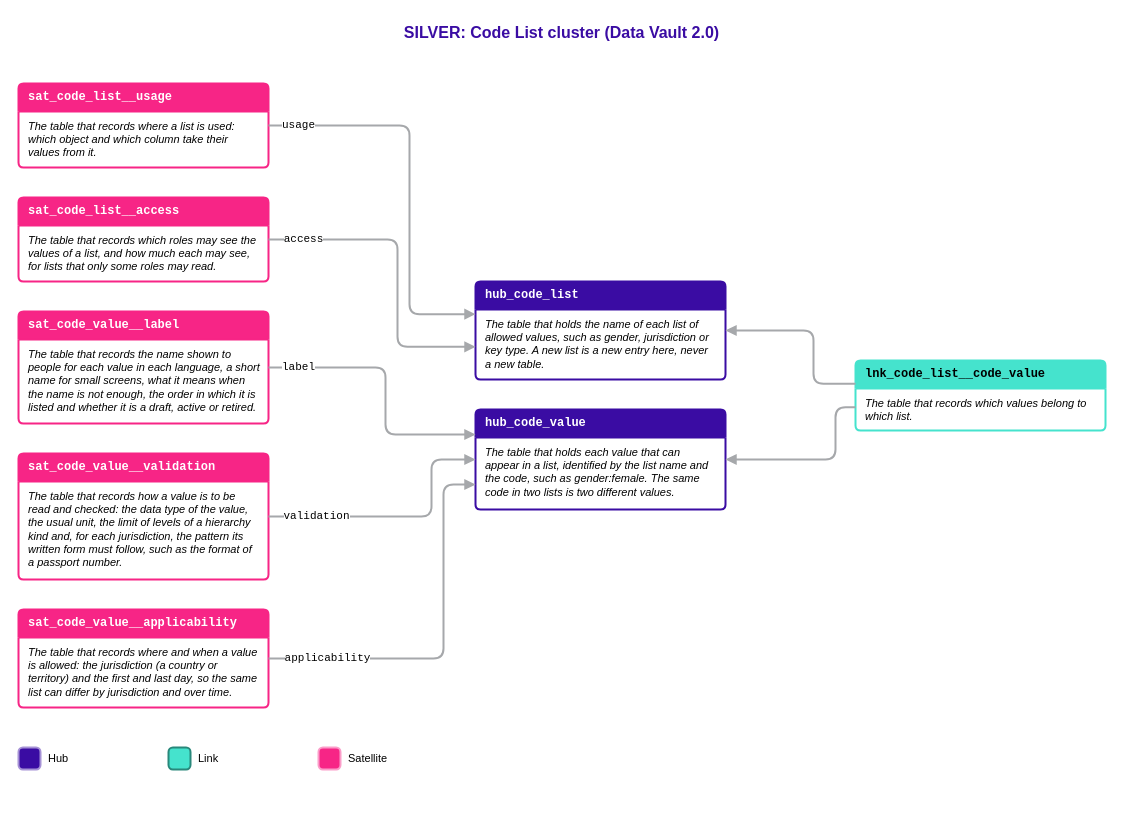
Above: Rosetta/Business_Objects/drawio/Diagrams_Code_List_Simplified.drawio in luisruizML/documents (draw.io), before the change. Source tidied: cells renumbered, new cells numbered last; positions are measured from the earlier drawing's top-left corner, leaving out a move shared by most shapes. Both pictures are drawn from the tidied source at 100%, with x=0, y=0 at pixel (18, 17).
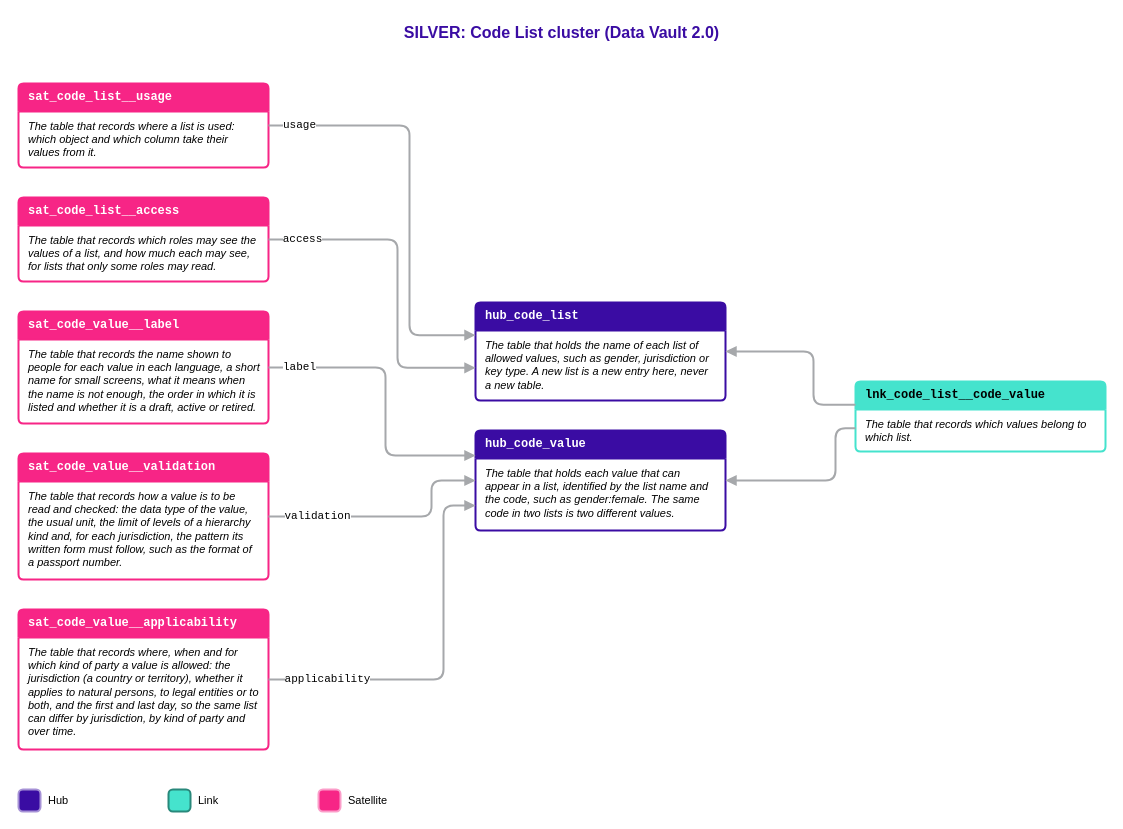
Above is the later version.

Commit message (it also covers changes not shown here):
feat(rosetta): Code List values can be limited to a kind of party (party_type_code in sat_code_value__applicability); Location roles use it; Lucid pictures and Confluence refreshed

Unchanged cells that the change refers to:
```xml
<mxCell id="9" value="sat_code_value__label" style="swimlane;html=1;whiteSpace=wrap;rounded=1;arcSize=6;startSize=28;fillColor=#F72586;swimlaneFillColor=#FFFFFF;strokeColor=#F72586;strokeWidth=2;fontFamily=Courier New;fontSize=12;fontStyle=1;fontColor=#FFFFFF;align=left;spacingLeft=8;" parent="1" vertex="1">
  <mxGeometry y="294" width="250" height="112" as="geometry" />
</mxCell>
<mxCell id="11" value="sat_code_value__validation" style="swimlane;html=1;whiteSpace=wrap;rounded=1;arcSize=6;startSize=28;fillColor=#F72586;swimlaneFillColor=#FFFFFF;strokeColor=#F72586;strokeWidth=2;fontFamily=Courier New;fontSize=12;fontStyle=1;fontColor=#FFFFFF;align=left;spacingLeft=8;" parent="1" vertex="1">
  <mxGeometry y="436" width="250" height="126" as="geometry" />
</mxCell>
<mxCell id="15" value="sat_code_list__usage" style="swimlane;html=1;whiteSpace=wrap;rounded=1;arcSize=6;startSize=28;fillColor=#F72586;swimlaneFillColor=#FFFFFF;strokeColor=#F72586;strokeWidth=2;fontFamily=Courier New;fontSize=12;fontStyle=1;fontColor=#FFFFFF;align=left;spacingLeft=8;" parent="1" vertex="1">
  <mxGeometry y="66" width="250" height="84" as="geometry" />
</mxCell>
<mxCell id="17" value="sat_code_list__access" style="swimlane;html=1;whiteSpace=wrap;rounded=1;arcSize=6;startSize=28;fillColor=#F72586;swimlaneFillColor=#FFFFFF;strokeColor=#F72586;strokeWidth=2;fontFamily=Courier New;fontSize=12;fontStyle=1;fontColor=#FFFFFF;align=left;spacingLeft=8;" parent="1" vertex="1">
  <mxGeometry y="180" width="250" height="84" as="geometry" />
</mxCell>
```

Change to the diagram source:
```diff
@@
     <mxCell id="3" value="hub_code_list" style="swimlane;html=1;whiteSpace=wrap;rounded=1;arcSize=6;startSize=28;fillColor=#3A0CA3;swimlaneFillColor=#FFFFFF;strokeColor=#3A0CA3;strokeWidth=2;fontFamily=Courier New;fontSize=12;fontStyle=1;fontColor=#FFFFFF;align=left;spacingLeft=8;" parent="1" vertex="1">
-      <mxGeometry x="457" y="264" width="250" height="98" as="geometry" />
+      <mxGeometry x="457" y="285" width="250" height="98" as="geometry" />
     </mxCell>
@@
     <mxCell id="5" value="hub_code_value" style="swimlane;html=1;whiteSpace=wrap;rounded=1;arcSize=6;startSize=28;fillColor=#3A0CA3;swimlaneFillColor=#FFFFFF;strokeColor=#3A0CA3;strokeWidth=2;fontFamily=Courier New;fontSize=12;fontStyle=1;fontColor=#FFFFFF;align=left;spacingLeft=8;" parent="1" vertex="1">
-      <mxGeometry x="457" y="392" width="250" height="100" as="geometry" />
+      <mxGeometry x="457" y="413" width="250" height="100" as="geometry" />
     </mxCell>
@@
     <mxCell id="7" value="lnk_code_list__code_value" style="swimlane;html=1;whiteSpace=wrap;rounded=1;arcSize=6;startSize=28;fillColor=#45E3CD;swimlaneFillColor=#FFFFFF;strokeColor=#45E3CD;strokeWidth=2;fontFamily=Courier New;fontSize=12;fontStyle=1;fontColor=#000000;align=left;spacingLeft=8;" parent="1" vertex="1">
-      <mxGeometry x="837" y="343" width="250" height="70" as="geometry" />
+      <mxGeometry x="837" y="364" width="250" height="70" as="geometry" />
     </mxCell>
@@
     <mxCell id="13" value="sat_code_value__applicability" style="swimlane;html=1;whiteSpace=wrap;rounded=1;arcSize=6;startSize=28;fillColor=#F72586;swimlaneFillColor=#FFFFFF;strokeColor=#F72586;strokeWidth=2;fontFamily=Courier New;fontSize=12;fontStyle=1;fontColor=#FFFFFF;align=left;spacingLeft=8;" parent="1" vertex="1">
-      <mxGeometry y="592" width="250" height="98" as="geometry" />
+      <mxGeometry y="592" width="250" height="140" as="geometry" />
     </mxCell>
-    <mxCell id="14" value="The table that records where and when a value is allowed: the jurisdiction (a country or territory) and the first and last day, so the same list can differ by jurisdiction and over time." style="text;html=1;whiteSpace=wrap;align=left;verticalAlign=top;fontFamily=Arial;fontSize=11;fontStyle=2;fontColor=#000000;spacingLeft=8;spacingRight=8;" parent="13" vertex="1">
-      <mxGeometry y="30" width="250" height="62" as="geometry" />
+    <mxCell id="14" value="The table that records where, when and for which kind of party a value is allowed: the jurisdiction (a country or territory), whether it applies to natural persons, to legal entities or to both, and the first and last day, so the same list can differ by jurisdiction, by kind of party and over time." style="text;html=1;whiteSpace=wrap;align=left;verticalAlign=top;fontFamily=Arial;fontSize=11;fontStyle=2;fontColor=#000000;spacingLeft=8;spacingRight=8;" parent="13" vertex="1">
+      <mxGeometry y="30" width="250" height="104" as="geometry" />
     </mxCell>
@@
     <mxCell id="19" style="edgeStyle=orthogonalEdgeStyle;rounded=1;jumpStyle=arc;jumpSize=8;html=1;strokeColor=#A6A8AB;strokeWidth=2;endArrow=block;endFill=1;exitX=0;exitY=0.3333;exitDx=0;exitDy=0;entryX=1;entryY=0.5;entryDx=0;entryDy=0;labelBackgroundColor=#FFFFFF;fontFamily=Courier New;fontSize=11;fontColor=#000000;" parent="1" edge="1" source="7" target="3">
       <mxGeometry x="-0.89" relative="1" as="geometry">
         <Array as="points">
-          <mxPoint x="795" y="366.3" />
-          <mxPoint x="795" y="313" />
+          <mxPoint x="795" y="387.3" />
+          <mxPoint x="795" y="334" />
         </Array>
       </mxGeometry>
     </mxCell>
     <mxCell id="20" style="edgeStyle=orthogonalEdgeStyle;rounded=1;jumpStyle=arc;jumpSize=8;html=1;strokeColor=#A6A8AB;strokeWidth=2;endArrow=block;endFill=1;exitX=0;exitY=0.6667;exitDx=0;exitDy=0;entryX=1;entryY=0.5;entryDx=0;entryDy=0;labelBackgroundColor=#FFFFFF;fontFamily=Courier New;fontSize=11;fontColor=#000000;" parent="1" edge="1" source="7" target="5">
       <mxGeometry x="-0.89" relative="1" as="geometry">
         <Array as="points">
-          <mxPoint x="817" y="389.7" />
-          <mxPoint x="817" y="442" />
+          <mxPoint x="817" y="410.7" />
+          <mxPoint x="817" y="463" />
         </Array>
       </mxGeometry>
     </mxCell>
     <mxCell id="21" value="label" style="edgeStyle=orthogonalEdgeStyle;rounded=1;jumpStyle=arc;jumpSize=8;html=1;strokeColor=#A6A8AB;strokeWidth=2;endArrow=block;endFill=1;exitX=1;exitY=0.5;exitDx=0;exitDy=0;entryX=0;entryY=0.25;entryDx=0;entryDy=0;labelBackgroundColor=#FFFFFF;fontFamily=Courier New;fontSize=11;fontColor=#000000;" parent="1" edge="1" source="9" target="5">
-      <mxGeometry x="-0.78" relative="1" as="geometry">
+      <mxGeometry x="-0.79" relative="1" as="geometry">
         <Array as="points">
           <mxPoint x="367" y="350" />
-          <mxPoint x="367" y="417" />
+          <mxPoint x="367" y="438" />
         </Array>
       </mxGeometry>
     </mxCell>
     <mxCell id="22" value="validation" style="edgeStyle=orthogonalEdgeStyle;rounded=1;jumpStyle=arc;jumpSize=8;html=1;strokeColor=#A6A8AB;strokeWidth=2;endArrow=block;endFill=1;exitX=1;exitY=0.5;exitDx=0;exitDy=0;entryX=0;entryY=0.5;entryDx=0;entryDy=0;labelBackgroundColor=#FFFFFF;fontFamily=Courier New;fontSize=11;fontColor=#000000;" parent="1" edge="1" source="11" target="5">
-      <mxGeometry x="-0.64" relative="1" as="geometry">
+      <mxGeometry x="-0.6" relative="1" as="geometry">
         <Array as="points">
           <mxPoint x="413" y="499" />
-          <mxPoint x="413" y="442" />
+          <mxPoint x="413" y="463" />
         </Array>
       </mxGeometry>
     </mxCell>
     <mxCell id="23" value="applicability" style="edgeStyle=orthogonalEdgeStyle;rounded=1;jumpStyle=arc;jumpSize=8;html=1;strokeColor=#A6A8AB;strokeWidth=2;endArrow=block;endFill=1;exitX=1;exitY=0.5;exitDx=0;exitDy=0;entryX=0;entryY=0.75;entryDx=0;entryDy=0;labelBackgroundColor=#FFFFFF;fontFamily=Courier New;fontSize=11;fontColor=#000000;" parent="1" edge="1" source="13" target="5">
       <mxGeometry x="-0.69" relative="1" as="geometry">
         <Array as="points">
-          <mxPoint x="425" y="641" />
-          <mxPoint x="425" y="467" />
+          <mxPoint x="425" y="662" />
+          <mxPoint x="425" y="488" />
         </Array>
       </mxGeometry>
     </mxCell>
     <mxCell id="24" value="usage" style="edgeStyle=orthogonalEdgeStyle;rounded=1;jumpStyle=arc;jumpSize=8;html=1;strokeColor=#A6A8AB;strokeWidth=2;endArrow=block;endFill=1;exitX=1;exitY=0.5;exitDx=0;exitDy=0;entryX=0;entryY=0.3333;entryDx=0;entryDy=0;labelBackgroundColor=#FFFFFF;fontFamily=Courier New;fontSize=11;fontColor=#000000;" parent="1" edge="1" source="15" target="3">
       <mxGeometry x="-0.85" relative="1" as="geometry">
         <Array as="points">
           <mxPoint x="391" y="108" />
-          <mxPoint x="391" y="296.7" />
+          <mxPoint x="391" y="317.7" />
         </Array>
       </mxGeometry>
     </mxCell>
     <mxCell id="25" value="access" style="edgeStyle=orthogonalEdgeStyle;rounded=1;jumpStyle=arc;jumpSize=8;html=1;strokeColor=#A6A8AB;strokeWidth=2;endArrow=block;endFill=1;exitX=1;exitY=0.5;exitDx=0;exitDy=0;entryX=0;entryY=0.6667;entryDx=0;entryDy=0;labelBackgroundColor=#FFFFFF;fontFamily=Courier New;fontSize=11;fontColor=#000000;" parent="1" edge="1" source="17" target="3">
-      <mxGeometry x="-0.78" relative="1" as="geometry">
+      <mxGeometry x="-0.8" relative="1" as="geometry">
         <Array as="points">
           <mxPoint x="379" y="222" />
-          <mxPoint x="379" y="329.3" />
+          <mxPoint x="379" y="350.3" />
         </Array>
       </mxGeometry>
     </mxCell>
     <mxCell id="26" style="rounded=1;arcSize=20;fillColor=#3A0CA3;strokeColor=#A692D6;strokeWidth=2;" parent="1" vertex="1">
-      <mxGeometry y="730" width="22" height="22" as="geometry" />
+      <mxGeometry y="772" width="22" height="22" as="geometry" />
     </mxCell>
     <mxCell id="27" value="Hub" style="text;html=1;align=left;verticalAlign=middle;fontFamily=Arial;fontSize=11;fontColor=#000000;" parent="1" vertex="1">
-      <mxGeometry x="28" y="730" width="110" height="22" as="geometry" />
+      <mxGeometry x="28" y="772" width="110" height="22" as="geometry" />
     </mxCell>
     <mxCell id="28" style="rounded=1;arcSize=20;fillColor=#45E3CD;strokeColor=#29887B;strokeWidth=2;" parent="1" vertex="1">
-      <mxGeometry x="150" y="730" width="22" height="22" as="geometry" />
+      <mxGeometry x="150" y="772" width="22" height="22" as="geometry" />
     </mxCell>
     <mxCell id="29" value="Link" style="text;html=1;align=left;verticalAlign=middle;fontFamily=Arial;fontSize=11;fontColor=#000000;" parent="1" vertex="1">
-      <mxGeometry x="178" y="730" width="110" height="22" as="geometry" />
+      <mxGeometry x="178" y="772" width="110" height="22" as="geometry" />
     </mxCell>
     <mxCell id="30" style="rounded=1;arcSize=20;fillColor=#F72586;strokeColor=#FB9DC9;strokeWidth=2;" parent="1" vertex="1">
-      <mxGeometry x="300" y="730" width="22" height="22" as="geometry" />
+      <mxGeometry x="300" y="772" width="22" height="22" as="geometry" />
     </mxCell>
     <mxCell id="31" value="Satellite" style="text;html=1;align=left;verticalAlign=middle;fontFamily=Arial;fontSize=11;fontColor=#000000;" parent="1" vertex="1">
-      <mxGeometry x="328" y="730" width="110" height="22" as="geometry" />
+      <mxGeometry x="328" y="772" width="110" height="22" as="geometry" />
     </mxCell>
```
